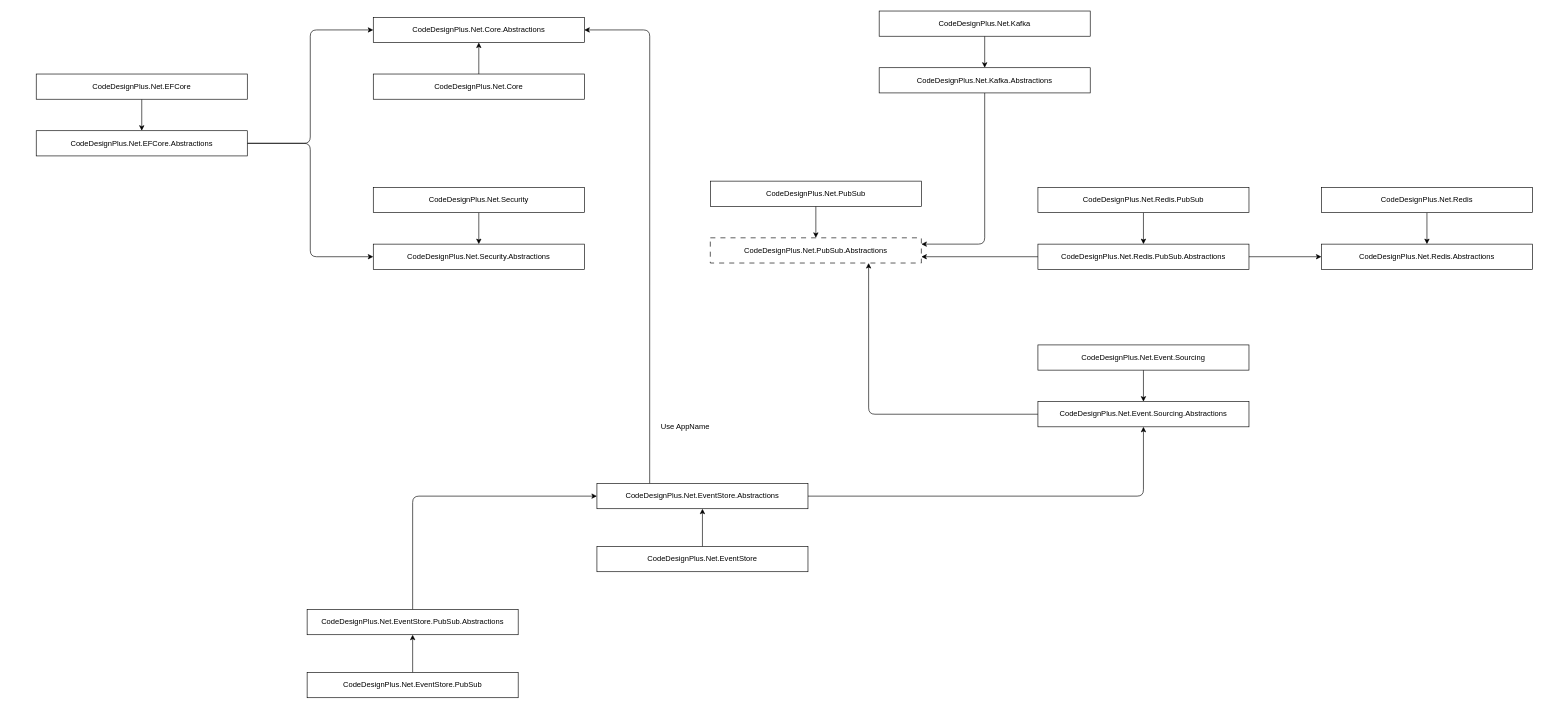
This is packages.drawio from codedesignplus/CodeDesignPlus.Net.Sdk, a draw.io file, before an edit. Source tidied: cells renumbered, new cells numbered last; positions are measured from the earlier drawing's top-left corner, leaving out a move shared by most shapes. Both pictures are drawn from the tidied source at 63%, with x=0, y=0 at pixel (36, 11).
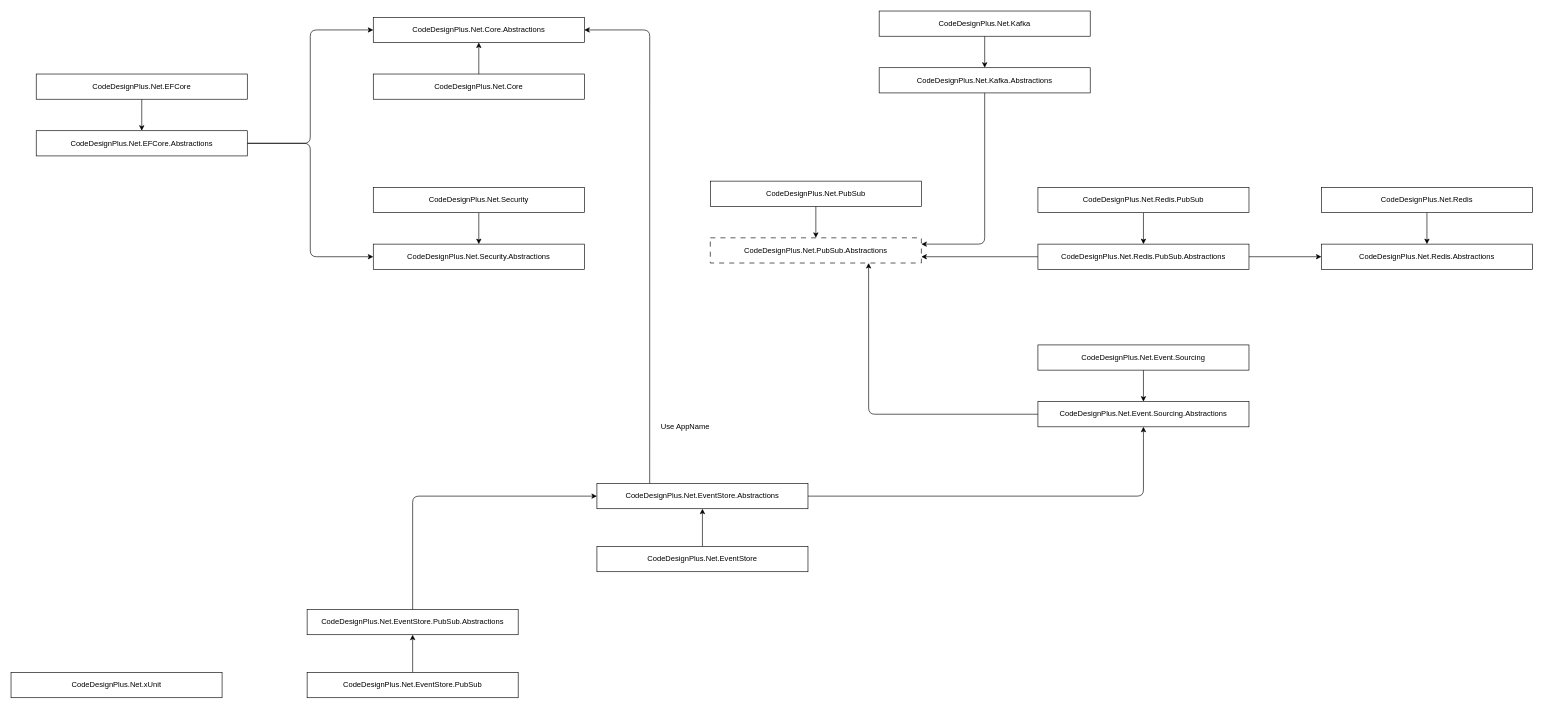
Above is the later version.

Commit message:
docs: update diagram packages

Change to the diagram source:
```diff
@@
+    <mxCell id="42" value="CodeDesignPlus.Net.xUnit" style="rounded=0;whiteSpace=wrap;html=1;" parent="1" vertex="1">
+      <mxGeometry x="-40" y="1050" width="335" height="40" as="geometry" />
+    </mxCell>
```
